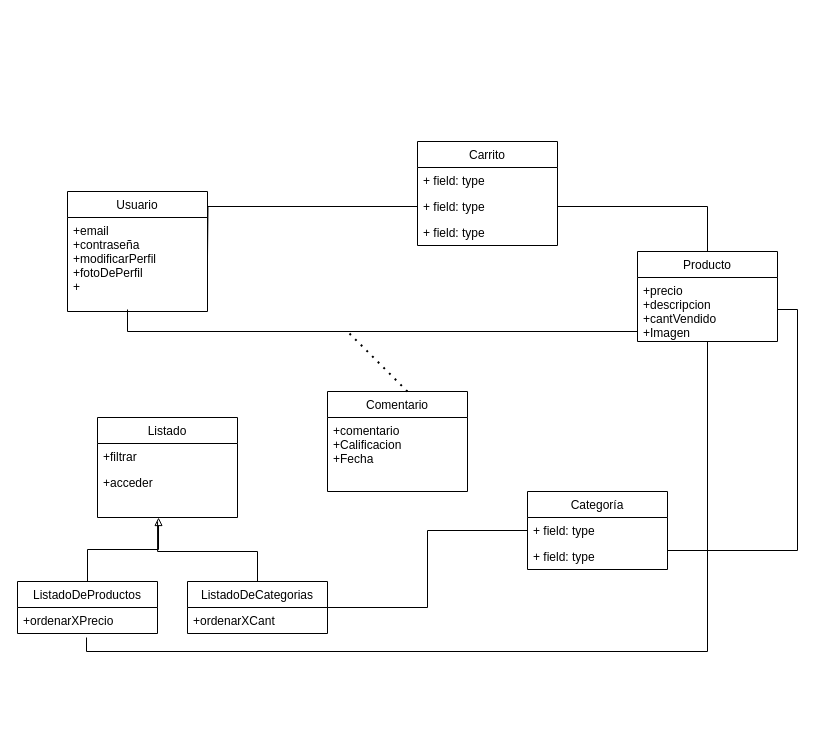
This is Diagrama sin título.drawio from rominaamartinez/Taller-JaP-2022, a draw.io file, before an edit. Source tidied: cells renumbered, new cells numbered last; positions are measured from the earlier drawing's top-left corner, leaving out a move shared by most shapes. Both pictures are drawn from the tidied source at 100%, with x=0, y=0 at pixel (17, 141).
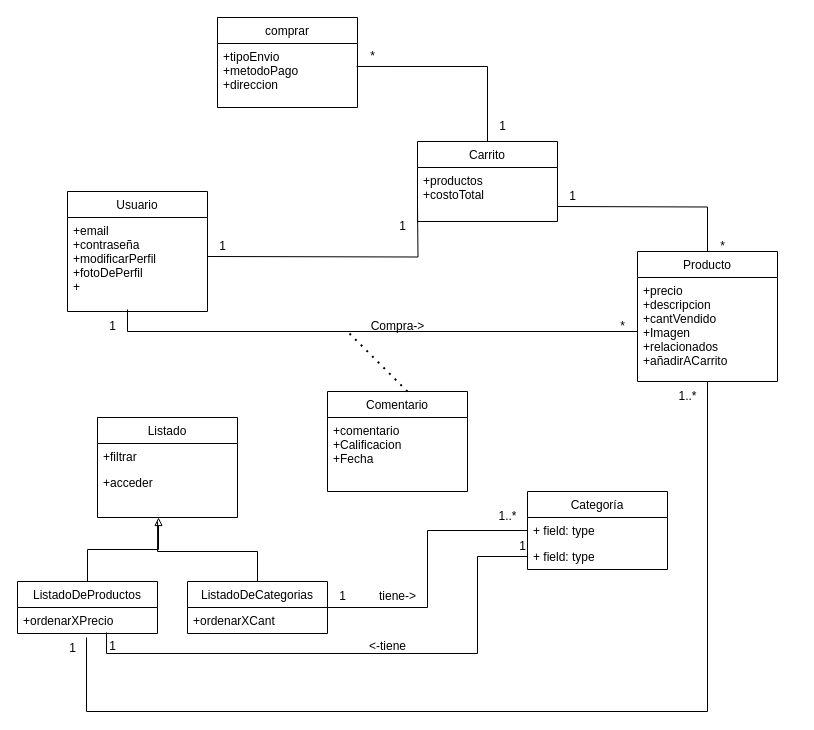
The same diagram, later.

Commit message:
Actualizar Diagrama de e-comerce

Unchanged cells that the change refers to:
```xml
<mxCell id="12" value="+ field: type" style="text;strokeColor=none;fillColor=none;align=left;verticalAlign=top;spacingLeft=4;spacingRight=4;overflow=hidden;points=[[0,0.5],[1,0.5]];portConstraint=eastwest;" parent="11" vertex="1">
  <mxGeometry y="26" width="140" height="26" as="geometry" />
</mxCell>
<mxCell id="13" value="+ field: type" style="text;strokeColor=none;fillColor=none;align=left;verticalAlign=top;spacingLeft=4;spacingRight=4;overflow=hidden;points=[[0,0.5],[1,0.5]];portConstraint=eastwest;" parent="11" vertex="1">
  <mxGeometry y="52" width="140" height="26" as="geometry" />
</mxCell>
<mxCell id="25" value="+ordenarXPrecio" style="text;strokeColor=none;fillColor=none;align=left;verticalAlign=top;spacingLeft=4;spacingRight=4;overflow=hidden;points=[[0,0.5],[1,0.5]];portConstraint=eastwest;" parent="24" vertex="1">
  <mxGeometry y="26" width="140" height="26" as="geometry" />
</mxCell>
```

What changed in the source:
```diff
@@
+    <mxCell id="31" style="edgeStyle=orthogonalEdgeStyle;rounded=0;jettySize=auto;html=1;exitX=0.5;exitY=0;exitDx=0;exitDy=0;entryX=0.993;entryY=0.359;entryDx=0;entryDy=0;entryPerimeter=0;endArrow=none;endFill=0;" parent="1" edge="1" source="4" target="33">
+      <mxGeometry relative="1" as="geometry" />
+    </mxCell>
     <mxCell id="4" value="Carrito" style="swimlane;fontStyle=0;horizontal=1;startSize=26;fillColor=none;" parent="1" vertex="1">
-      <mxGeometry x="400" width="140" height="104" as="geometry" />
+      <mxGeometry x="400" width="140" height="80" as="geometry" />
     </mxCell>
-    <mxCell id="5" value="+ field: type" style="text;strokeColor=none;fillColor=none;align=left;verticalAlign=top;spacingLeft=4;spacingRight=4;overflow=hidden;" parent="4" vertex="1">
-      <mxGeometry y="26" width="140" height="26" as="geometry" />
+    <mxCell id="5" value="+productos&#10;+costoTotal&#10;" style="text;strokeColor=none;fillColor=none;align=left;verticalAlign=top;spacingLeft=4;spacingRight=4;overflow=hidden;" parent="4" vertex="1">
+      <mxGeometry y="26" width="140" height="54" as="geometry" />
     </mxCell>
-    <mxCell id="6" value="+ field: type" style="text;strokeColor=none;fillColor=none;align=left;verticalAlign=top;spacingLeft=4;spacingRight=4;overflow=hidden;points=[[0,0.5],[1,0.5]];portConstraint=eastwest;" parent="4" vertex="1">
-      <mxGeometry y="52" width="140" height="26" as="geometry" />
-    </mxCell>
-    <mxCell id="7" value="+ field: type" style="text;strokeColor=none;fillColor=none;align=left;verticalAlign=top;spacingLeft=4;spacingRight=4;overflow=hidden;" parent="4" vertex="1">
-      <mxGeometry y="78" width="140" height="26" as="geometry" />
-    </mxCell>
     <mxCell id="8" value="Producto" style="swimlane;fontStyle=0;horizontal=1;startSize=26;fillColor=none;" parent="1" vertex="1">
-      <mxGeometry x="620" y="110" width="140" height="90" as="geometry" />
+      <mxGeometry x="620" y="110" width="140" height="130" as="geometry" />
     </mxCell>
-    <mxCell id="9" value="+precio&#10;+descripcion&#10;+cantVendido&#10;+Imagen" style="text;strokeColor=none;fillColor=none;align=left;verticalAlign=top;spacingLeft=4;spacingRight=4;overflow=hidden;points=[[0,0.5],[1,0.5]];portConstraint=eastwest;" parent="8" vertex="1">
-      <mxGeometry y="26" width="140" height="64" as="geometry" />
+    <mxCell id="9" value="+precio&#10;+descripcion&#10;+cantVendido&#10;+Imagen&#10;+relacionados&#10;+añadirACarrito" style="text;strokeColor=none;fillColor=none;align=left;verticalAlign=top;spacingLeft=4;spacingRight=4;overflow=hidden;points=[[0,0.5],[1,0.5]];portConstraint=eastwest;" parent="8" vertex="1">
+      <mxGeometry y="26" width="140" height="104" as="geometry" />
     </mxCell>
-    <mxCell id="10" style="edgeStyle=orthogonalEdgeStyle;rounded=0;jettySize=auto;html=1;exitX=1;exitY=0.5;exitDx=0;exitDy=0;endArrow=none;endFill=0;entryX=1;entryY=0.5;entryDx=0;entryDy=0;" parent="1" edge="1" source="12" target="9">
-      <mxGeometry relative="1" as="geometry">
-        <Array as="points">
-          <mxPoint x="780" y="409" />
-          <mxPoint x="780" y="168" />
-        </Array>
-      </mxGeometry>
-    </mxCell>
@@
-    <mxCell id="16" style="edgeStyle=orthogonalEdgeStyle;rounded=0;jettySize=auto;html=1;exitX=1;exitY=0.5;exitDx=0;exitDy=0;entryX=0;entryY=0.5;entryDx=0;entryDy=0;endArrow=none;endFill=0;" parent="1" edge="1" target="6">
+    <mxCell id="16" style="edgeStyle=orthogonalEdgeStyle;rounded=0;orthogonalLoop=1;jettySize=auto;html=1;exitX=1;exitY=0.5;exitDx=0;exitDy=0;entryX=0;entryY=0.5;entryDx=0;entryDy=0;endArrow=none;endFill=0;" parent="1" edge="1">
       <mxGeometry relative="1" as="geometry">
         <mxPoint x="190" y="115" as="sourcePoint" />
+        <mxPoint x="400" y="65" as="targetPoint" />
       </mxGeometry>
     </mxCell>
@@
-    <mxCell id="19" style="edgeStyle=orthogonalEdgeStyle;rounded=0;jettySize=auto;html=1;exitX=1;exitY=0.5;exitDx=0;exitDy=0;entryX=0.5;entryY=0;entryDx=0;entryDy=0;endArrow=none;endFill=0;" parent="1" edge="1" source="6" target="8">
-      <mxGeometry relative="1" as="geometry" />
+    <mxCell id="19" style="edgeStyle=orthogonalEdgeStyle;rounded=0;jettySize=auto;html=1;exitX=1;exitY=0.5;exitDx=0;exitDy=0;entryX=0.5;entryY=0;entryDx=0;entryDy=0;endArrow=none;endFill=0;" parent="1" edge="1" target="8">
+      <mxGeometry relative="1" as="geometry">
+        <mxPoint x="540" y="65" as="sourcePoint" />
+      </mxGeometry>
     </mxCell>
@@
     <mxCell id="30" style="edgeStyle=orthogonalEdgeStyle;rounded=0;jettySize=auto;html=1;exitX=0.493;exitY=1.154;exitDx=0;exitDy=0;entryX=0.5;entryY=1;entryDx=0;entryDy=0;entryPerimeter=0;endArrow=none;endFill=0;strokeColor=default;exitPerimeter=0;" parent="1" edge="1" source="25" target="9">
       <mxGeometry relative="1" as="geometry">
         <Array as="points">
-          <mxPoint x="69" y="510" />
-          <mxPoint x="690" y="510" />
+          <mxPoint x="69" y="570" />
+          <mxPoint x="690" y="570" />
         </Array>
       </mxGeometry>
     </mxCell>
+    <mxCell id="32" value="comprar" style="swimlane;fontStyle=0;horizontal=1;startSize=26;fillColor=none;" parent="1" vertex="1">
+      <mxGeometry x="200" y="-124" width="140" height="90" as="geometry" />
+    </mxCell>
+    <mxCell id="33" value="+tipoEnvio&#10;+metodoPago&#10;+direccion" style="text;strokeColor=none;fillColor=none;align=left;verticalAlign=top;spacingLeft=4;spacingRight=4;overflow=hidden;points=[[0,0.5],[1,0.5]];portConstraint=eastwest;" parent="32" vertex="1">
+      <mxGeometry y="26" width="140" height="64" as="geometry" />
+    </mxCell>
+    <mxCell id="34" value="*" style="text;html=1;align=center;verticalAlign=middle;strokeColor=none;fillColor=none;" parent="1" vertex="1">
+      <mxGeometry x="340" y="-100" width="30" height="30" as="geometry" />
+    </mxCell>
+    <mxCell id="35" value="1" style="text;html=1;align=center;verticalAlign=middle;strokeColor=none;fillColor=none;" parent="1" vertex="1">
+      <mxGeometry x="470" y="-30" width="30" height="30" as="geometry" />
+    </mxCell>
+    <mxCell id="36" value="1" style="text;html=1;align=center;verticalAlign=middle;strokeColor=none;fillColor=none;" parent="1" vertex="1">
+      <mxGeometry x="370" y="70" width="30" height="30" as="geometry" />
+    </mxCell>
+    <mxCell id="37" value="1" style="text;html=1;align=center;verticalAlign=middle;strokeColor=none;fillColor=none;" parent="1" vertex="1">
+      <mxGeometry x="190" y="90" width="30" height="30" as="geometry" />
+    </mxCell>
+    <mxCell id="38" value="1" style="text;html=1;align=center;verticalAlign=middle;strokeColor=none;fillColor=none;" parent="1" vertex="1">
+      <mxGeometry x="540" y="40" width="30" height="30" as="geometry" />
+    </mxCell>
+    <mxCell id="39" value="*" style="text;html=1;align=center;verticalAlign=middle;strokeColor=none;fillColor=none;" parent="1" vertex="1">
+      <mxGeometry x="690" y="90" width="30" height="30" as="geometry" />
+    </mxCell>
+    <mxCell id="40" value="*" style="text;html=1;align=center;verticalAlign=middle;strokeColor=none;fillColor=none;" parent="1" vertex="1">
+      <mxGeometry x="590" y="170" width="30" height="30" as="geometry" />
+    </mxCell>
+    <mxCell id="41" value="1" style="text;html=1;align=center;verticalAlign=middle;strokeColor=none;fillColor=none;" parent="1" vertex="1">
+      <mxGeometry x="80" y="170" width="30" height="30" as="geometry" />
+    </mxCell>
+    <mxCell id="42" value="Compra-&amp;gt;" style="text;html=1;align=center;verticalAlign=middle;strokeColor=none;fillColor=none;" parent="1" vertex="1">
+      <mxGeometry x="340" y="170" width="80" height="30" as="geometry" />
+    </mxCell>
+    <mxCell id="43" value="1" style="text;html=1;align=center;verticalAlign=middle;strokeColor=none;fillColor=none;" parent="1" vertex="1">
+      <mxGeometry x="310" y="440" width="30" height="30" as="geometry" />
+    </mxCell>
+    <mxCell id="44" value="1" style="text;html=1;align=center;verticalAlign=middle;strokeColor=none;fillColor=none;" parent="1" vertex="1">
+      <mxGeometry x="80" y="490" width="30" height="30" as="geometry" />
+    </mxCell>
+    <mxCell id="45" value="1..*" style="text;html=1;align=center;verticalAlign=middle;strokeColor=none;fillColor=none;" parent="1" vertex="1">
+      <mxGeometry x="470" y="360" width="40" height="30" as="geometry" />
+    </mxCell>
+    <mxCell id="46" value="1..*" style="text;html=1;align=center;verticalAlign=middle;strokeColor=none;fillColor=none;" parent="1" vertex="1">
+      <mxGeometry x="650" y="240" width="40" height="30" as="geometry" />
+    </mxCell>
+    <mxCell id="47" style="edgeStyle=orthogonalEdgeStyle;rounded=0;jettySize=auto;html=1;exitX=0;exitY=0.5;exitDx=0;exitDy=0;entryX=0.636;entryY=0.962;entryDx=0;entryDy=0;entryPerimeter=0;endArrow=none;endFill=0;" parent="1" edge="1" source="13" target="25">
+      <mxGeometry relative="1" as="geometry">
+        <Array as="points">
+          <mxPoint x="460" y="415" />
+          <mxPoint x="460" y="512" />
+          <mxPoint x="89" y="512" />
+        </Array>
+      </mxGeometry>
+    </mxCell>
+    <mxCell id="48" value="1" style="text;html=1;align=center;verticalAlign=middle;strokeColor=none;fillColor=none;" parent="1" vertex="1">
+      <mxGeometry x="40" y="492" width="30" height="30" as="geometry" />
+    </mxCell>
+    <mxCell id="49" value="1" style="text;html=1;align=center;verticalAlign=middle;strokeColor=none;fillColor=none;" parent="1" vertex="1">
+      <mxGeometry x="490" y="390" width="30" height="30" as="geometry" />
+    </mxCell>
+    <mxCell id="50" value="&amp;lt;-tiene" style="text;html=1;align=center;verticalAlign=middle;strokeColor=none;fillColor=none;" parent="1" vertex="1">
+      <mxGeometry x="340" y="490" width="60" height="30" as="geometry" />
+    </mxCell>
+    <mxCell id="51" value="tiene-&amp;gt;" style="text;html=1;align=center;verticalAlign=middle;strokeColor=none;fillColor=none;" parent="1" vertex="1">
+      <mxGeometry x="350" y="440" width="60" height="30" as="geometry" />
+    </mxCell>
```
